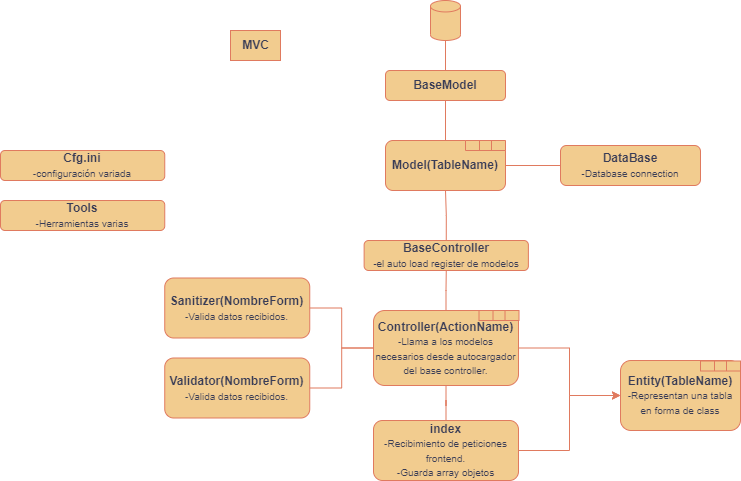
Above: UML/Backend/5 DF_servidor.drawio.png in SergioCorredorT/destinyairlinesReact (draw.io), before the change. Source tidied: cells renumbered, new cells last; positions are measured from the earlier drawing's top-left corner, leaving out a move shared by most shapes.
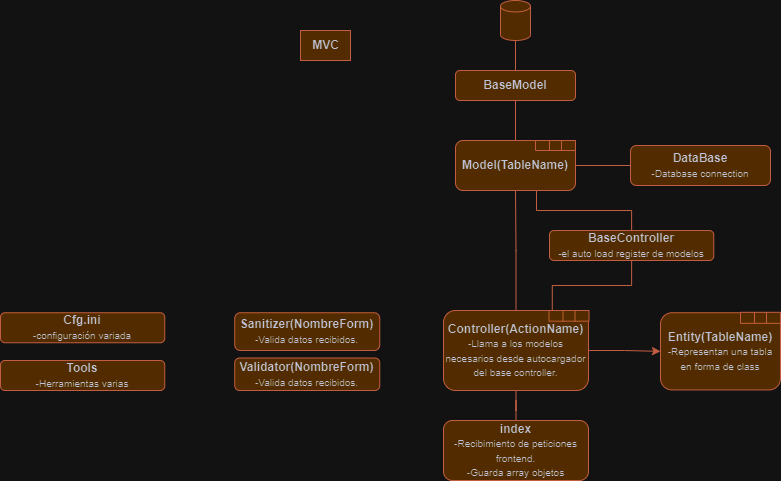
Above is the later version.

What changed in the source:
```diff
@@ -20,68 +20,59 @@
     <mxCell id="7" style="edgeStyle=orthogonalEdgeStyle;rounded=0;jettySize=auto;html=1;exitX=0.5;exitY=0;exitDx=0;exitDy=0;entryX=0.5;entryY=1;entryDx=0;entryDy=0;entryPerimeter=0;endArrow=none;endFill=0;labelBackgroundColor=none;strokeColor=#E07A5F;fontColor=default;" parent="1" edge="1" source="2" target="6">
       <mxGeometry relative="1" as="geometry" />
     </mxCell>
-    <mxCell id="8" style="edgeStyle=orthogonalEdgeStyle;rounded=0;jettySize=auto;html=1;entryX=0.5;entryY=1;entryDx=0;entryDy=0;endArrow=none;endFill=0;labelBackgroundColor=none;strokeColor=#E07A5F;fontColor=default;exitX=0.5;exitY=0;exitDx=0;exitDy=0;" parent="1" edge="1" source="38" target="30">
+    <mxCell id="8" style="edgeStyle=orthogonalEdgeStyle;rounded=0;jettySize=auto;html=1;entryX=0.675;entryY=0.96;entryDx=0;entryDy=0;endArrow=none;endFill=0;labelBackgroundColor=none;strokeColor=#E07A5F;fontColor=default;exitX=0.5;exitY=0;exitDx=0;exitDy=0;entryPerimeter=0;" parent="1" edge="1" source="38" target="30">
       <mxGeometry relative="1" as="geometry" />
     </mxCell>
-    <mxCell id="9" style="edgeStyle=orthogonalEdgeStyle;rounded=0;jettySize=auto;html=1;entryX=0;entryY=0.5;entryDx=0;entryDy=0;labelBackgroundColor=none;strokeColor=#E07A5F;fontColor=default;" parent="1" edge="1" source="13" target="23">
-      <mxGeometry relative="1" as="geometry" />
-    </mxCell>
-    <mxCell id="10" style="edgeStyle=orthogonalEdgeStyle;rounded=0;jettySize=auto;html=1;exitX=0;exitY=0.5;exitDx=0;exitDy=0;endArrow=none;endFill=0;labelBackgroundColor=none;strokeColor=#E07A5F;fontColor=default;entryX=1;entryY=0.5;entryDx=0;entryDy=0;" parent="1" edge="1" source="16" target="14">
-      <mxGeometry relative="1" as="geometry" />
-    </mxCell>
     <mxCell id="11" style="edgeStyle=orthogonalEdgeStyle;rounded=0;jettySize=auto;html=1;entryX=0.5;entryY=1;entryDx=0;entryDy=0;endArrow=none;endFill=0;labelBackgroundColor=none;strokeColor=#E07A5F;fontColor=default;" parent="1" edge="1" source="13" target="16">
       <mxGeometry relative="1" as="geometry" />
     </mxCell>
-    <mxCell id="12" style="edgeStyle=orthogonalEdgeStyle;rounded=0;jettySize=auto;html=1;entryX=1;entryY=0.5;entryDx=0;entryDy=0;endArrow=none;endFill=0;exitX=0;exitY=0.5;exitDx=0;exitDy=0;labelBackgroundColor=none;strokeColor=#E07A5F;fontColor=default;" parent="1" edge="1" source="16" target="42">
-      <mxGeometry relative="1" as="geometry" />
-    </mxCell>
     <mxCell id="13" value="&lt;b&gt;index&lt;br&gt;&lt;/b&gt;&lt;font style=&quot;font-size: 10px;&quot;&gt;-Recibimiento de peticiones frontend.&lt;br&gt;-Guarda array objetos&lt;br&gt;&lt;/font&gt;" style="rounded=1;whiteSpace=wrap;html=1;fontSize=12;glass=0;strokeWidth=1;shadow=0;labelBackgroundColor=none;fillColor=#F2CC8F;strokeColor=#E07A5F;fontColor=#393C56;" parent="1" vertex="1">
       <mxGeometry x="373" y="420" width="145" height="60" as="geometry" />
     </mxCell>
     <mxCell id="14" value="&lt;b&gt;Validator(NombreForm)&lt;br&gt;&lt;/b&gt;&lt;font style=&quot;font-size: 10px;&quot;&gt;-Valida datos recibidos.&lt;/font&gt;" style="rounded=1;whiteSpace=wrap;html=1;fontSize=12;glass=0;strokeWidth=1;shadow=0;labelBackgroundColor=none;fillColor=#F2CC8F;strokeColor=#E07A5F;fontColor=#393C56;" parent="1" vertex="1">
-      <mxGeometry x="164.2" y="357.5" width="145" height="60" as="geometry" />
+      <mxGeometry x="164.2" y="357.5" width="145" height="32.5" as="geometry" />
     </mxCell>
     <mxCell id="15" style="group;labelBackgroundColor=none;fontColor=#393C56;" parent="1" vertex="1">
-      <mxGeometry x="373" y="310" width="145.5" height="75" as="geometry" />
+      <mxGeometry x="373" y="310" width="145.5" height="80" as="geometry" />
     </mxCell>
     <mxCell id="16" value="&lt;b&gt;Controller(ActionName)&lt;br&gt;&lt;/b&gt;&lt;font style=&quot;font-size: 10px;&quot;&gt;-Llama a los modelos necesarios desde autocargador del base controller.&lt;/font&gt;&lt;b&gt;&lt;br&gt;&lt;/b&gt;" style="rounded=1;whiteSpace=wrap;html=1;fontSize=12;glass=0;strokeWidth=1;shadow=0;labelBackgroundColor=none;fillColor=#F2CC8F;strokeColor=#E07A5F;fontColor=#393C56;" parent="15" vertex="1">
-      <mxGeometry width="145" height="75" as="geometry" />
+      <mxGeometry width="145" height="80" as="geometry" />
     </mxCell>
     <mxCell id="17" style="shape=table;startSize=0;fontSize=16;labelBackgroundColor=none;fillColor=#F2CC8F;strokeColor=#E07A5F;fontColor=#393C56;" parent="15" vertex="1">
-      <mxGeometry x="105.5" width="40" height="10" as="geometry" />
+      <mxGeometry x="105.5" width="40" height="10.7" as="geometry" />
     </mxCell>
     <mxCell id="18" style="shape=tableRow;horizontal=0;startSize=0;swimlaneHead=0;swimlaneBody=0;strokeColor=#E07A5F;top=0;left=0;bottom=0;right=0;fillColor=none;fontSize=16;swimlaneLine=1;labelBackgroundColor=none;fontColor=#393C56;" parent="17" vertex="1">
-      <mxGeometry width="40" height="10" as="geometry" />
+      <mxGeometry width="40" height="11" as="geometry" />
     </mxCell>
     <mxCell id="19" style="shape=partialRectangle;html=1;whiteSpace=wrap;strokeColor=#E07A5F;overflow=hidden;fillColor=none;top=0;left=0;bottom=0;right=0;fontSize=16;labelBackgroundColor=none;fontColor=#393C56;" parent="18" vertex="1">
-      <mxGeometry width="14" height="10" as="geometry" />
+      <mxGeometry width="14" height="11" as="geometry" />
     </mxCell>
     <mxCell id="20" style="shape=partialRectangle;html=1;whiteSpace=wrap;strokeColor=#E07A5F;overflow=hidden;fillColor=none;top=0;left=0;bottom=0;right=0;fontSize=16;labelBackgroundColor=none;fontColor=#393C56;" parent="18" vertex="1">
-      <mxGeometry x="14" width="12" height="10" as="geometry" />
+      <mxGeometry x="14" width="12" height="11" as="geometry" />
     </mxCell>
     <mxCell id="21" style="shape=partialRectangle;html=1;whiteSpace=wrap;strokeColor=#E07A5F;overflow=hidden;fillColor=none;top=0;left=0;bottom=0;right=0;fontSize=16;labelBackgroundColor=none;fontColor=#393C56;" parent="18" vertex="1">
-      <mxGeometry x="26" width="14" height="10" as="geometry" />
+      <mxGeometry x="26" width="14" height="11" as="geometry" />
     </mxCell>
     <mxCell id="22" style="group;labelBackgroundColor=none;fontColor=#393C56;" parent="1" vertex="1">
-      <mxGeometry x="620" y="360" width="120" height="70.5" as="geometry" />
+      <mxGeometry x="590" y="312.2" width="120" height="77.8" as="geometry" />
     </mxCell>
     <mxCell id="23" value="&lt;b&gt;Entity(TableName)&lt;br&gt;&lt;/b&gt;&lt;font style=&quot;font-size: 10px;&quot;&gt;-Representan una tabla en forma de class&lt;/font&gt;" style="rounded=1;whiteSpace=wrap;html=1;fontSize=12;glass=0;strokeWidth=1;shadow=0;labelBackgroundColor=none;fillColor=#F2CC8F;strokeColor=#E07A5F;fontColor=#393C56;" parent="22" vertex="1">
-      <mxGeometry width="120" height="70" as="geometry" />
+      <mxGeometry width="120" height="77.2" as="geometry" />
     </mxCell>
     <mxCell id="24" style="shape=table;startSize=0;fontSize=16;labelBackgroundColor=none;fillColor=#F2CC8F;strokeColor=#E07A5F;fontColor=#393C56;" parent="22" vertex="1">
-      <mxGeometry x="80" y="0.5" width="40" height="10" as="geometry" />
+      <mxGeometry x="80" y="-0.4" width="40" height="11" as="geometry" />
     </mxCell>
     <mxCell id="25" style="shape=tableRow;horizontal=0;startSize=0;swimlaneHead=0;swimlaneBody=0;strokeColor=#E07A5F;top=0;left=0;bottom=0;right=0;fillColor=none;fontSize=16;swimlaneLine=1;labelBackgroundColor=none;fontColor=#393C56;" parent="24" vertex="1">
-      <mxGeometry width="40" height="10" as="geometry" />
+      <mxGeometry width="40" height="11" as="geometry" />
     </mxCell>
     <mxCell id="26" style="shape=partialRectangle;html=1;whiteSpace=wrap;strokeColor=#E07A5F;overflow=hidden;fillColor=none;top=0;left=0;bottom=0;right=0;fontSize=16;labelBackgroundColor=none;fontColor=#393C56;" parent="25" vertex="1">
-      <mxGeometry width="14" height="10" as="geometry" />
+      <mxGeometry width="14" height="11" as="geometry" />
     </mxCell>
     <mxCell id="27" style="shape=partialRectangle;html=1;whiteSpace=wrap;strokeColor=#E07A5F;overflow=hidden;fillColor=none;top=0;left=0;bottom=0;right=0;fontSize=16;labelBackgroundColor=none;fontColor=#393C56;" parent="25" vertex="1">
-      <mxGeometry x="14" width="12" height="10" as="geometry" />
+      <mxGeometry x="14" width="12" height="11" as="geometry" />
     </mxCell>
     <mxCell id="28" style="shape=partialRectangle;html=1;whiteSpace=wrap;strokeColor=#E07A5F;overflow=hidden;fillColor=none;top=0;left=0;bottom=0;right=0;fontSize=16;labelBackgroundColor=none;fontColor=#393C56;" parent="25" vertex="1">
-      <mxGeometry x="26" width="14" height="10" as="geometry" />
+      <mxGeometry x="26" width="14" height="11" as="geometry" />
     </mxCell>
     <mxCell id="29" style="group;labelBackgroundColor=none;fontColor=#393C56;" parent="1" vertex="1">
       <mxGeometry x="385" y="140" width="120" height="50" as="geometry" />
@@ -111,19 +102,22 @@
       <mxGeometry relative="1" as="geometry" />
     </mxCell>
     <mxCell id="38" value="&lt;b&gt;BaseController&lt;/b&gt;&lt;br&gt;&lt;font style=&quot;font-size: 10px;&quot;&gt;-el auto load register de modelos&lt;/font&gt;" style="rounded=1;whiteSpace=wrap;html=1;fontSize=12;glass=0;strokeWidth=1;shadow=0;labelBackgroundColor=none;fillColor=#F2CC8F;strokeColor=#E07A5F;fontColor=#393C56;" parent="1" vertex="1">
-      <mxGeometry x="363.6" y="240" width="164.2" height="30" as="geometry" />
+      <mxGeometry x="479" y="230" width="164.2" height="30" as="geometry" />
     </mxCell>
-    <mxCell id="39" style="edgeStyle=orthogonalEdgeStyle;rounded=0;jettySize=auto;html=1;entryX=0.5;entryY=1;entryDx=0;entryDy=0;endArrow=none;endFill=0;labelBackgroundColor=none;strokeColor=#E07A5F;fontColor=default;" parent="1" edge="1" source="16" target="38">
+    <mxCell id="39" style="edgeStyle=orthogonalEdgeStyle;rounded=0;jettySize=auto;html=1;entryX=0.5;entryY=1;entryDx=0;entryDy=0;endArrow=none;endFill=0;labelBackgroundColor=none;strokeColor=#E07A5F;fontColor=default;exitX=0.75;exitY=0;exitDx=0;exitDy=0;" parent="1" edge="1" source="16" target="38">
       <mxGeometry relative="1" as="geometry" />
     </mxCell>
     <mxCell id="40" value="&lt;b&gt;Cfg.ini&lt;/b&gt;&lt;br&gt;&lt;font style=&quot;font-size: 10px;&quot;&gt;-configuración variada&lt;/font&gt;" style="rounded=1;whiteSpace=wrap;html=1;fontSize=12;glass=0;strokeWidth=1;shadow=0;labelBackgroundColor=none;fillColor=#F2CC8F;strokeColor=#E07A5F;fontColor=#393C56;" parent="1" vertex="1">
-      <mxGeometry y="150" width="164.2" height="30" as="geometry" />
+      <mxGeometry x="-70" y="312.2" width="164.2" height="30" as="geometry" />
     </mxCell>
     <mxCell id="41" value="&lt;b&gt;Tools&lt;/b&gt;&lt;br&gt;&lt;font style=&quot;font-size: 10px;&quot;&gt;-Herramientas varias&lt;/font&gt;" style="rounded=1;whiteSpace=wrap;html=1;fontSize=12;glass=0;strokeWidth=1;shadow=0;labelBackgroundColor=none;fillColor=#F2CC8F;strokeColor=#E07A5F;fontColor=#393C56;" parent="1" vertex="1">
-      <mxGeometry y="200" width="164.2" height="30" as="geometry" />
+      <mxGeometry x="-70" y="360" width="164.2" height="30" as="geometry" />
     </mxCell>
     <mxCell id="42" value="&lt;b&gt;Sanitizer(NombreForm)&lt;br&gt;&lt;/b&gt;&lt;font style=&quot;font-size: 10px;&quot;&gt;-Valida datos recibidos.&lt;/font&gt;" style="rounded=1;whiteSpace=wrap;html=1;fontSize=12;glass=0;strokeWidth=1;shadow=0;labelBackgroundColor=none;fillColor=#F2CC8F;strokeColor=#E07A5F;fontColor=#393C56;" parent="1" vertex="1">
-      <mxGeometry x="164.2" y="277.5" width="145" height="60" as="geometry" />
+      <mxGeometry x="164.2" y="312.2" width="145" height="37.8" as="geometry" />
     </mxCell>
+    <mxCell id="43" style="edgeStyle=orthogonalEdgeStyle;rounded=0;jettySize=auto;html=1;exitX=0.5;exitY=0;exitDx=0;exitDy=0;entryX=0.5;entryY=1;entryDx=0;entryDy=0;endArrow=none;endFill=0;labelBackgroundColor=none;strokeColor=#E07A5F;fontColor=default;" parent="1" edge="1" source="16" target="30">
+      <mxGeometry relative="1" as="geometry" />
+    </mxCell>
   </root>
 </mxGraphModel>
```
